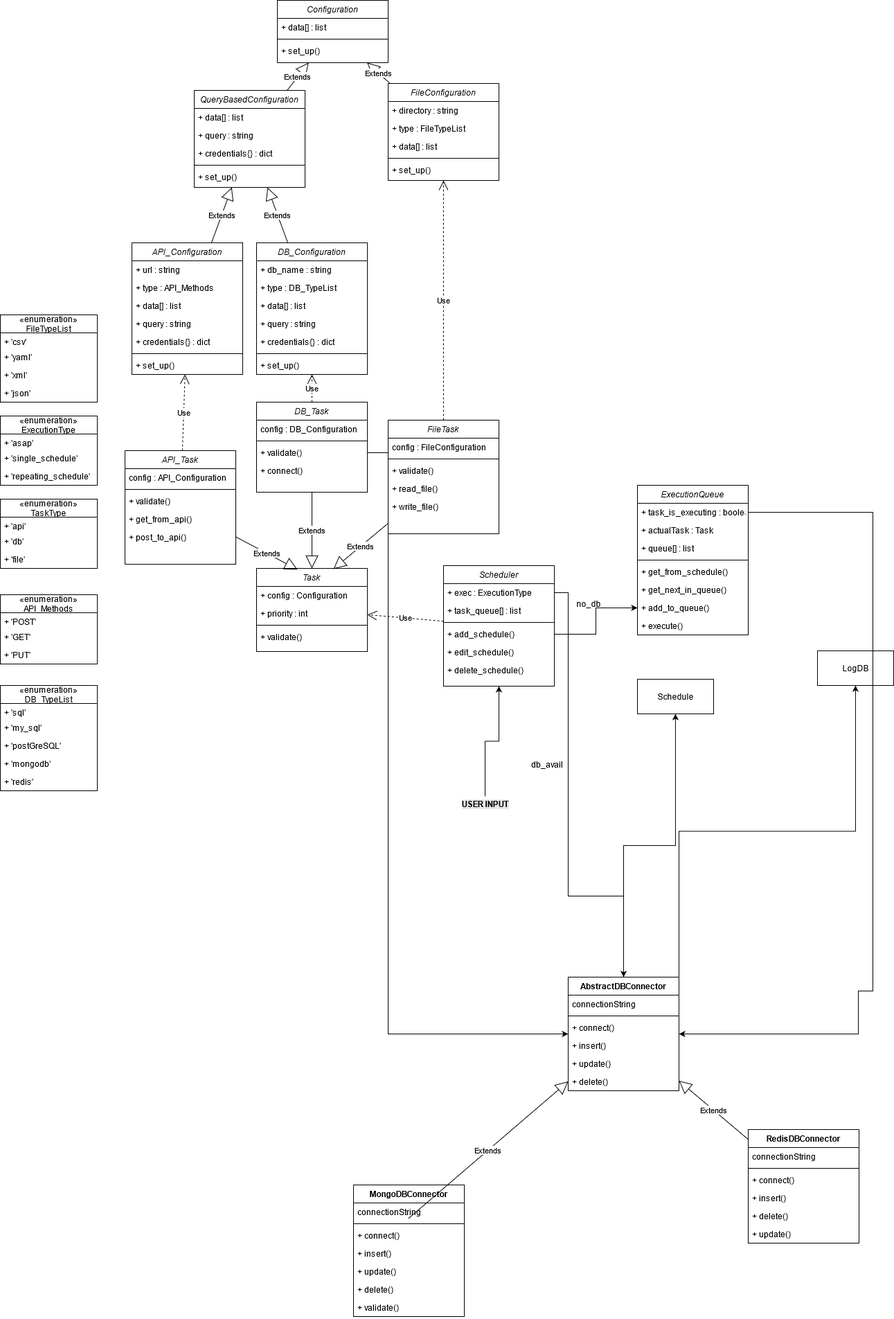
andresduarter22/task-manager keeps this draw.io diagram as docs/Task_Manager_ClassDiag_v0.2.png. Above is the earlier version. Source tidied: cells renumbered, new cells last; positions are measured from the earlier drawing's top-left corner, leaving out a move shared by most shapes.
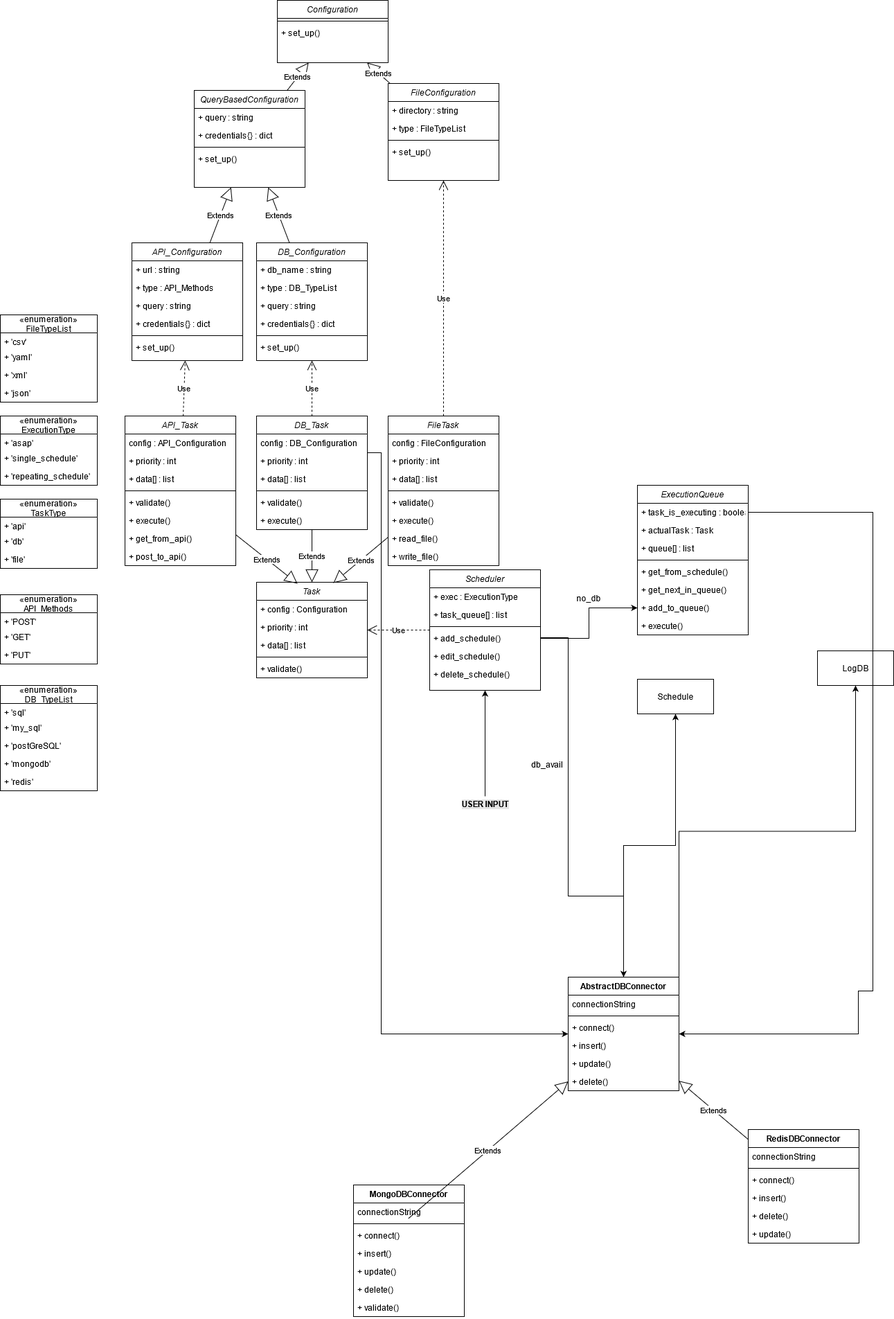
The same diagram one commit later.

Commit message:
TASK-200: Updated the class diagram

The edit, as a diff of the source:
```diff
@@ -5,3 +5,3 @@
     <mxCell id="2" value="API_Task" style="swimlane;fontStyle=2;align=center;verticalAlign=top;horizontal=1;startSize=26;rounded=0;shadow=0;strokeWidth=1;" parent="1" vertex="1">
-      <mxGeometry x="180" y="650" width="160" height="164" as="geometry" />
+      <mxGeometry x="180" y="600" width="160" height="216" as="geometry" />
     </mxCell>
@@ -10,16 +10,25 @@
     </mxCell>
+    <mxCell id="142" value="+ priority : int" style="text;align=left;verticalAlign=top;spacingLeft=4;spacingRight=4;overflow=hidden;" parent="2" vertex="1">
+      <mxGeometry y="52" width="160" height="26" as="geometry" />
+    </mxCell>
+    <mxCell id="143" value="+ data[] : list" style="text;align=left;verticalAlign=top;spacingLeft=4;spacingRight=4;overflow=hidden;" parent="2" vertex="1">
+      <mxGeometry y="78" width="160" height="26" as="geometry" />
+    </mxCell>
     <mxCell id="4" style="line;html=1;strokeWidth=1;align=left;verticalAlign=middle;spacingTop=-1;spacingLeft=3;spacingRight=3;labelPosition=right;" parent="2" vertex="1">
-      <mxGeometry y="52" width="160" height="8" as="geometry" />
+      <mxGeometry y="104" width="160" height="8" as="geometry" />
     </mxCell>
     <mxCell id="5" value="+ validate()" style="text;align=left;verticalAlign=top;spacingLeft=4;spacingRight=4;overflow=hidden;" parent="2" vertex="1">
-      <mxGeometry y="60" width="160" height="26" as="geometry" />
+      <mxGeometry y="112" width="160" height="26" as="geometry" />
     </mxCell>
+    <mxCell id="144" value="+ execute()" style="text;align=left;verticalAlign=top;spacingLeft=4;spacingRight=4;overflow=hidden;" parent="2" vertex="1">
+      <mxGeometry y="138" width="160" height="26" as="geometry" />
+    </mxCell>
     <mxCell id="6" value="+ get_from_api()" style="text;align=left;verticalAlign=top;spacingLeft=4;spacingRight=4;overflow=hidden;" parent="2" vertex="1">
-      <mxGeometry y="86" width="160" height="26" as="geometry" />
+      <mxGeometry y="164" width="160" height="26" as="geometry" />
     </mxCell>
     <mxCell id="7" value="+ post_to_api()" style="text;align=left;verticalAlign=top;spacingLeft=4;spacingRight=4;overflow=hidden;" parent="2" vertex="1">
-      <mxGeometry y="112" width="160" height="26" as="geometry" />
+      <mxGeometry y="190" width="160" height="26" as="geometry" />
     </mxCell>
     <mxCell id="8" value="Scheduler" style="swimlane;fontStyle=2;align=center;verticalAlign=top;horizontal=1;startSize=26;rounded=0;shadow=0;strokeWidth=1;" parent="1" vertex="1">
-      <mxGeometry x="640" y="816" width="160" height="174" as="geometry" />
+      <mxGeometry x="620" y="822" width="160" height="174" as="geometry" />
     </mxCell>
@@ -44,3 +53,3 @@
     <mxCell id="15" value="API_Configuration" style="swimlane;fontStyle=2;align=center;verticalAlign=top;horizontal=1;startSize=26;rounded=0;shadow=0;strokeWidth=1;" parent="1" vertex="1">
-      <mxGeometry x="190" y="350" width="160" height="190" as="geometry" />
+      <mxGeometry x="190" y="350" width="160" height="170" as="geometry" />
     </mxCell>
@@ -52,19 +61,16 @@
     </mxCell>
-    <mxCell id="18" value="+ data[] : list" style="text;align=left;verticalAlign=top;spacingLeft=4;spacingRight=4;overflow=hidden;" parent="15" vertex="1">
-      <mxGeometry y="78" width="160" height="26" as="geometry" />
-    </mxCell>
     <mxCell id="19" value="+ query : string" style="text;align=left;verticalAlign=top;spacingLeft=4;spacingRight=4;overflow=hidden;" parent="15" vertex="1">
-      <mxGeometry y="104" width="160" height="26" as="geometry" />
+      <mxGeometry y="78" width="160" height="26" as="geometry" />
     </mxCell>
     <mxCell id="20" value="+ credentials{} : dict" style="text;align=left;verticalAlign=top;spacingLeft=4;spacingRight=4;overflow=hidden;" parent="15" vertex="1">
-      <mxGeometry y="130" width="160" height="26" as="geometry" />
+      <mxGeometry y="104" width="160" height="26" as="geometry" />
     </mxCell>
     <mxCell id="21" style="line;html=1;strokeWidth=1;align=left;verticalAlign=middle;spacingTop=-1;spacingLeft=3;spacingRight=3;labelPosition=right;" parent="15" vertex="1">
-      <mxGeometry y="156" width="160" height="8" as="geometry" />
+      <mxGeometry y="130" width="160" height="8" as="geometry" />
     </mxCell>
     <mxCell id="22" value="+ set_up()" style="text;align=left;verticalAlign=top;spacingLeft=4;spacingRight=4;overflow=hidden;" parent="15" vertex="1">
-      <mxGeometry y="164" width="160" height="26" as="geometry" />
+      <mxGeometry y="138" width="160" height="26" as="geometry" />
     </mxCell>
     <mxCell id="23" value="Task" style="swimlane;fontStyle=2;align=center;verticalAlign=top;horizontal=1;startSize=26;rounded=0;shadow=0;strokeWidth=1;" parent="1" vertex="1">
-      <mxGeometry x="370" y="820" width="160" height="120" as="geometry" />
+      <mxGeometry x="370" y="840" width="160" height="138" as="geometry" />
     </mxCell>
@@ -76,10 +82,13 @@
     </mxCell>
+    <mxCell id="145" value="+ data[] : list" style="text;align=left;verticalAlign=top;spacingLeft=4;spacingRight=4;overflow=hidden;" parent="23" vertex="1">
+      <mxGeometry y="78" width="160" height="26" as="geometry" />
+    </mxCell>
     <mxCell id="26" style="line;html=1;strokeWidth=1;align=left;verticalAlign=middle;spacingTop=-1;spacingLeft=3;spacingRight=3;labelPosition=right;" parent="23" vertex="1">
-      <mxGeometry y="78" width="160" height="8" as="geometry" />
+      <mxGeometry y="104" width="160" height="8" as="geometry" />
     </mxCell>
     <mxCell id="27" value="+ validate()" style="text;align=left;verticalAlign=top;spacingLeft=4;spacingRight=4;overflow=hidden;" parent="23" vertex="1">
-      <mxGeometry y="86" width="160" height="26" as="geometry" />
+      <mxGeometry y="112" width="160" height="26" as="geometry" />
     </mxCell>
     <mxCell id="28" value="DB_Task" style="swimlane;fontStyle=2;align=center;verticalAlign=top;horizontal=1;startSize=26;rounded=0;shadow=0;strokeWidth=1;" parent="1" vertex="1">
-      <mxGeometry x="370" y="580" width="160" height="130" as="geometry" />
+      <mxGeometry x="370" y="600" width="160" height="164" as="geometry" />
     </mxCell>
@@ -88,13 +97,19 @@
     </mxCell>
+    <mxCell id="146" value="+ priority : int" style="text;align=left;verticalAlign=top;spacingLeft=4;spacingRight=4;overflow=hidden;" parent="28" vertex="1">
+      <mxGeometry y="52" width="160" height="26" as="geometry" />
+    </mxCell>
+    <mxCell id="147" value="+ data[] : list" style="text;align=left;verticalAlign=top;spacingLeft=4;spacingRight=4;overflow=hidden;" parent="28" vertex="1">
+      <mxGeometry y="78" width="160" height="26" as="geometry" />
+    </mxCell>
     <mxCell id="30" style="line;html=1;strokeWidth=1;align=left;verticalAlign=middle;spacingTop=-1;spacingLeft=3;spacingRight=3;labelPosition=right;" parent="28" vertex="1">
-      <mxGeometry y="52" width="160" height="8" as="geometry" />
+      <mxGeometry y="104" width="160" height="8" as="geometry" />
     </mxCell>
     <mxCell id="31" value="+ validate()" style="text;align=left;verticalAlign=top;spacingLeft=4;spacingRight=4;overflow=hidden;points=[[0,0.5],[1,0.5]];portConstraint=eastwest;" parent="28" vertex="1">
-      <mxGeometry y="60" width="160" height="26" as="geometry" />
+      <mxGeometry y="112" width="160" height="26" as="geometry" />
     </mxCell>
-    <mxCell id="32" value="+ connect()" style="text;align=left;verticalAlign=top;spacingLeft=4;spacingRight=4;overflow=hidden;" parent="28" vertex="1">
-      <mxGeometry y="86" width="160" height="26" as="geometry" />
+    <mxCell id="32" value="+ execute()" style="text;align=left;verticalAlign=top;spacingLeft=4;spacingRight=4;overflow=hidden;" parent="28" vertex="1">
+      <mxGeometry y="138" width="160" height="26" as="geometry" />
     </mxCell>
     <mxCell id="33" value="FileTask" style="swimlane;fontStyle=2;align=center;verticalAlign=top;horizontal=1;startSize=26;rounded=0;shadow=0;strokeWidth=1;" parent="1" vertex="1">
-      <mxGeometry x="560" y="606" width="160" height="164" as="geometry" />
+      <mxGeometry x="560" y="600" width="160" height="216" as="geometry" />
     </mxCell>
@@ -103,13 +118,22 @@
     </mxCell>
+    <mxCell id="148" value="+ priority : int" style="text;align=left;verticalAlign=top;spacingLeft=4;spacingRight=4;overflow=hidden;" parent="33" vertex="1">
+      <mxGeometry y="52" width="160" height="26" as="geometry" />
+    </mxCell>
+    <mxCell id="149" value="+ data[] : list" style="text;align=left;verticalAlign=top;spacingLeft=4;spacingRight=4;overflow=hidden;" parent="33" vertex="1">
+      <mxGeometry y="78" width="160" height="26" as="geometry" />
+    </mxCell>
     <mxCell id="35" style="line;html=1;strokeWidth=1;align=left;verticalAlign=middle;spacingTop=-1;spacingLeft=3;spacingRight=3;labelPosition=right;" parent="33" vertex="1">
-      <mxGeometry y="52" width="160" height="8" as="geometry" />
+      <mxGeometry y="104" width="160" height="8" as="geometry" />
     </mxCell>
     <mxCell id="36" value="+ validate()" style="text;align=left;verticalAlign=top;spacingLeft=4;spacingRight=4;overflow=hidden;" parent="33" vertex="1">
-      <mxGeometry y="60" width="160" height="26" as="geometry" />
+      <mxGeometry y="112" width="160" height="26" as="geometry" />
     </mxCell>
+    <mxCell id="150" value="+ execute()" style="text;align=left;verticalAlign=top;spacingLeft=4;spacingRight=4;overflow=hidden;" parent="33" vertex="1">
+      <mxGeometry y="138" width="160" height="26" as="geometry" />
+    </mxCell>
     <mxCell id="37" value="+ read_file()" style="text;align=left;verticalAlign=top;spacingLeft=4;spacingRight=4;overflow=hidden;" parent="33" vertex="1">
-      <mxGeometry y="86" width="160" height="26" as="geometry" />
+      <mxGeometry y="164" width="160" height="26" as="geometry" />
     </mxCell>
     <mxCell id="38" value="+ write_file()" style="text;align=left;verticalAlign=top;spacingLeft=4;spacingRight=4;overflow=hidden;" parent="33" vertex="1">
-      <mxGeometry y="112" width="160" height="26" as="geometry" />
+      <mxGeometry y="190" width="160" height="26" as="geometry" />
     </mxCell>
@@ -155,3 +179,3 @@
     <mxCell id="52" value="DB_Configuration" style="swimlane;fontStyle=2;align=center;verticalAlign=top;horizontal=1;startSize=26;rounded=0;shadow=0;strokeWidth=1;" parent="1" vertex="1">
-      <mxGeometry x="370" y="350" width="160" height="190" as="geometry" />
+      <mxGeometry x="370" y="350" width="160" height="170" as="geometry" />
     </mxCell>
@@ -163,16 +187,13 @@
     </mxCell>
-    <mxCell id="55" value="+ data[] : list" style="text;align=left;verticalAlign=top;spacingLeft=4;spacingRight=4;overflow=hidden;" parent="52" vertex="1">
-      <mxGeometry y="78" width="160" height="26" as="geometry" />
-    </mxCell>
     <mxCell id="56" value="+ query : string" style="text;align=left;verticalAlign=top;spacingLeft=4;spacingRight=4;overflow=hidden;" parent="52" vertex="1">
-      <mxGeometry y="104" width="160" height="26" as="geometry" />
+      <mxGeometry y="78" width="160" height="26" as="geometry" />
     </mxCell>
     <mxCell id="57" value="+ credentials{} : dict" style="text;align=left;verticalAlign=top;spacingLeft=4;spacingRight=4;overflow=hidden;" parent="52" vertex="1">
-      <mxGeometry y="130" width="160" height="26" as="geometry" />
+      <mxGeometry y="104" width="160" height="26" as="geometry" />
     </mxCell>
     <mxCell id="58" style="line;html=1;strokeWidth=1;align=left;verticalAlign=middle;spacingTop=-1;spacingLeft=3;spacingRight=3;labelPosition=right;" parent="52" vertex="1">
-      <mxGeometry y="156" width="160" height="8" as="geometry" />
+      <mxGeometry y="130" width="160" height="8" as="geometry" />
     </mxCell>
     <mxCell id="59" value="+ set_up()" style="text;align=left;verticalAlign=top;spacingLeft=4;spacingRight=4;overflow=hidden;" parent="52" vertex="1">
-      <mxGeometry y="164" width="160" height="26" as="geometry" />
+      <mxGeometry y="138" width="160" height="26" as="geometry" />
     </mxCell>
@@ -187,10 +208,7 @@
     </mxCell>
-    <mxCell id="63" value="+ data[] : list" style="text;align=left;verticalAlign=top;spacingLeft=4;spacingRight=4;overflow=hidden;" parent="60" vertex="1">
-      <mxGeometry y="78" width="160" height="26" as="geometry" />
-    </mxCell>
     <mxCell id="64" style="line;html=1;strokeWidth=1;align=left;verticalAlign=middle;spacingTop=-1;spacingLeft=3;spacingRight=3;labelPosition=right;" parent="60" vertex="1">
-      <mxGeometry y="104" width="160" height="8" as="geometry" />
+      <mxGeometry y="78" width="160" height="8" as="geometry" />
     </mxCell>
     <mxCell id="65" value="+ set_up()" style="text;align=left;verticalAlign=top;spacingLeft=4;spacingRight=4;overflow=hidden;" parent="60" vertex="1">
-      <mxGeometry y="112" width="160" height="26" as="geometry" />
+      <mxGeometry y="86" width="160" height="26" as="geometry" />
     </mxCell>
@@ -235,10 +253,7 @@
     </mxCell>
-    <mxCell id="79" value="+ data[] : list" style="text;align=left;verticalAlign=top;spacingLeft=4;spacingRight=4;overflow=hidden;" parent="78" vertex="1">
-      <mxGeometry y="26" width="160" height="26" as="geometry" />
-    </mxCell>
     <mxCell id="80" style="line;html=1;strokeWidth=1;align=left;verticalAlign=middle;spacingTop=-1;spacingLeft=3;spacingRight=3;labelPosition=right;" parent="78" vertex="1">
-      <mxGeometry y="52" width="160" height="8" as="geometry" />
+      <mxGeometry y="26" width="160" height="8" as="geometry" />
     </mxCell>
     <mxCell id="81" value="+ set_up()" style="text;align=left;verticalAlign=top;spacingLeft=4;spacingRight=4;overflow=hidden;" parent="78" vertex="1">
-      <mxGeometry y="60" width="160" height="26" as="geometry" />
+      <mxGeometry y="34" width="160" height="26" as="geometry" />
     </mxCell>
@@ -247,16 +262,13 @@
     </mxCell>
-    <mxCell id="83" value="+ data[] : list" style="text;align=left;verticalAlign=top;spacingLeft=4;spacingRight=4;overflow=hidden;" parent="82" vertex="1">
-      <mxGeometry y="26" width="160" height="26" as="geometry" />
-    </mxCell>
     <mxCell id="84" value="+ query : string" style="text;align=left;verticalAlign=top;spacingLeft=4;spacingRight=4;overflow=hidden;" parent="82" vertex="1">
-      <mxGeometry y="52" width="160" height="26" as="geometry" />
+      <mxGeometry y="26" width="160" height="26" as="geometry" />
     </mxCell>
     <mxCell id="85" value="+ credentials{} : dict" style="text;align=left;verticalAlign=top;spacingLeft=4;spacingRight=4;overflow=hidden;" parent="82" vertex="1">
-      <mxGeometry y="78" width="160" height="26" as="geometry" />
+      <mxGeometry y="52" width="160" height="26" as="geometry" />
     </mxCell>
     <mxCell id="86" style="line;html=1;strokeWidth=1;align=left;verticalAlign=middle;spacingTop=-1;spacingLeft=3;spacingRight=3;labelPosition=right;" parent="82" vertex="1">
-      <mxGeometry y="104" width="160" height="8" as="geometry" />
+      <mxGeometry y="78" width="160" height="8" as="geometry" />
     </mxCell>
     <mxCell id="87" value="+ set_up()" style="text;align=left;verticalAlign=top;spacingLeft=4;spacingRight=4;overflow=hidden;" parent="82" vertex="1">
-      <mxGeometry y="112" width="160" height="26" as="geometry" />
+      <mxGeometry y="86" width="160" height="26" as="geometry" />
     </mxCell>
@@ -331,3 +343,3 @@
     <mxCell id="110" value="no_db" style="text;align=center;fontStyle=0;verticalAlign=middle;spacingLeft=3;spacingRight=3;strokeColor=none;" parent="1" vertex="1">
-      <mxGeometry x="810" y="858" width="80" height="26" as="geometry" />
+      <mxGeometry x="810" y="850" width="80" height="26" as="geometry" />
     </mxCell>
@@ -420,3 +432,4 @@
         <Array as="points">
-          <mxPoint x="820" y="855" />
+          <mxPoint x="780" y="920" />
+          <mxPoint x="820" y="920" />
           <mxPoint x="820" y="1293" />
@@ -439,4 +452,5 @@
         <Array as="points">
-          <mxPoint x="560" y="653" />
-          <mxPoint x="560" y="1492" />
+          <mxPoint x="530" y="653" />
+          <mxPoint x="550" y="653" />
+          <mxPoint x="550" y="1492" />
         </Array>
```
